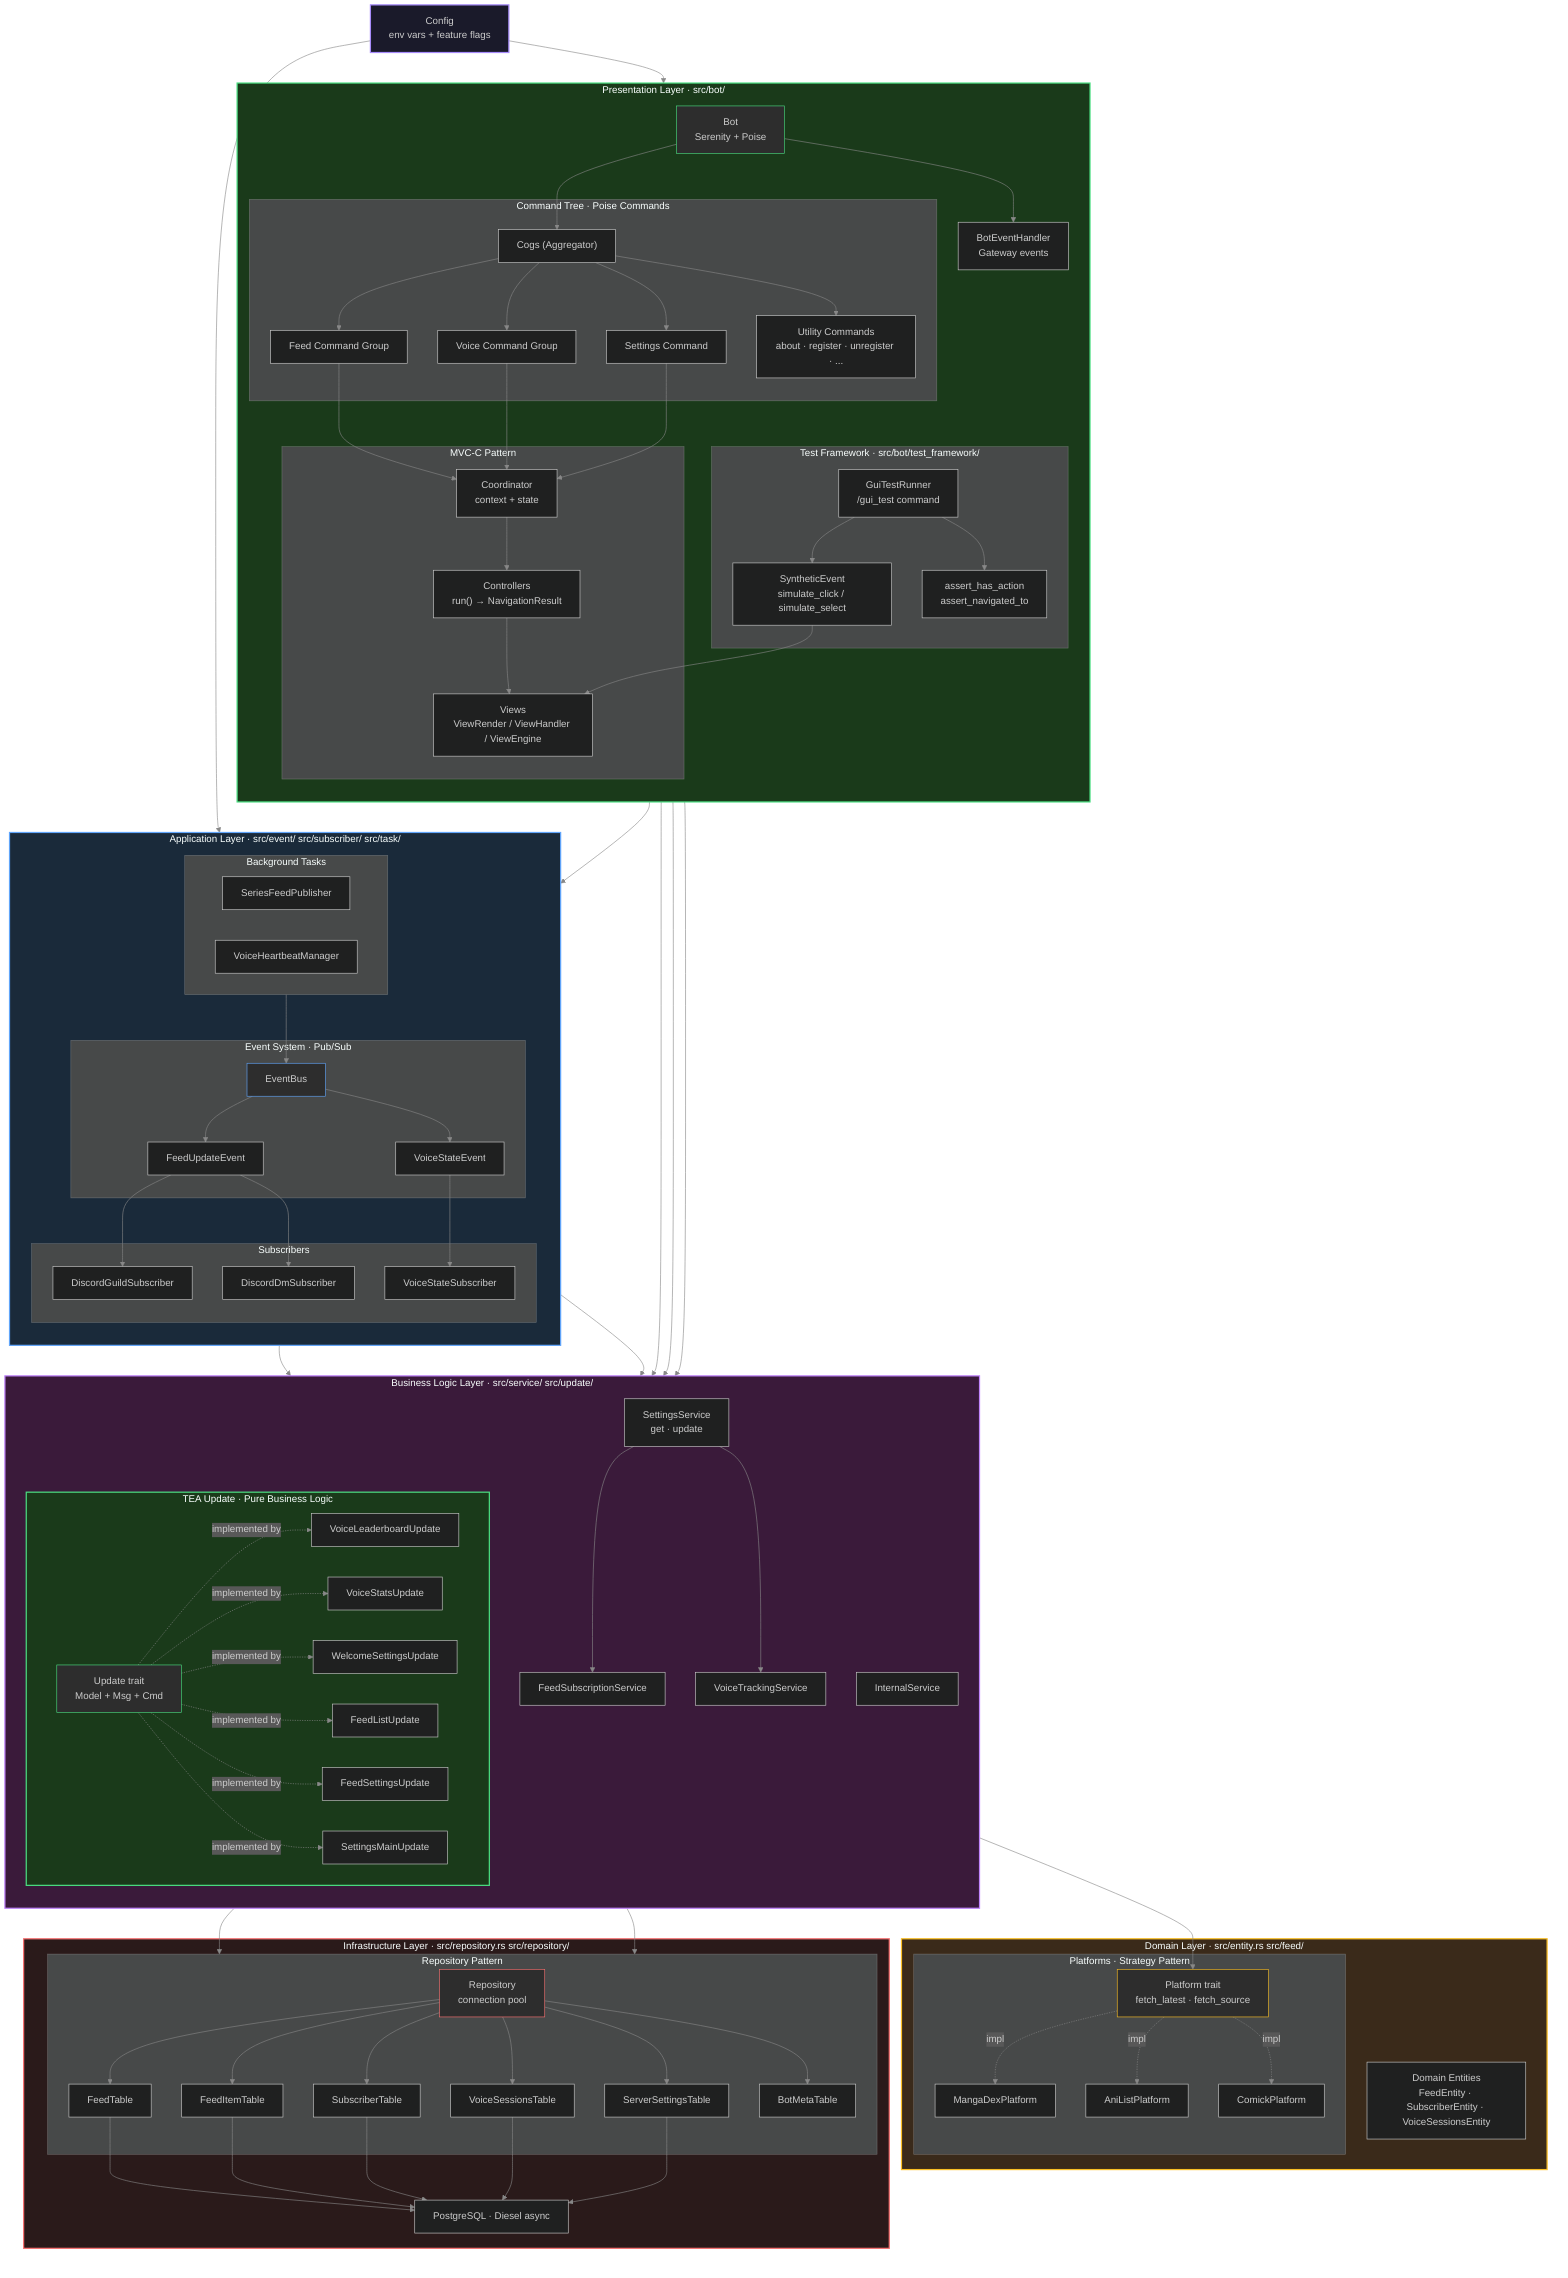
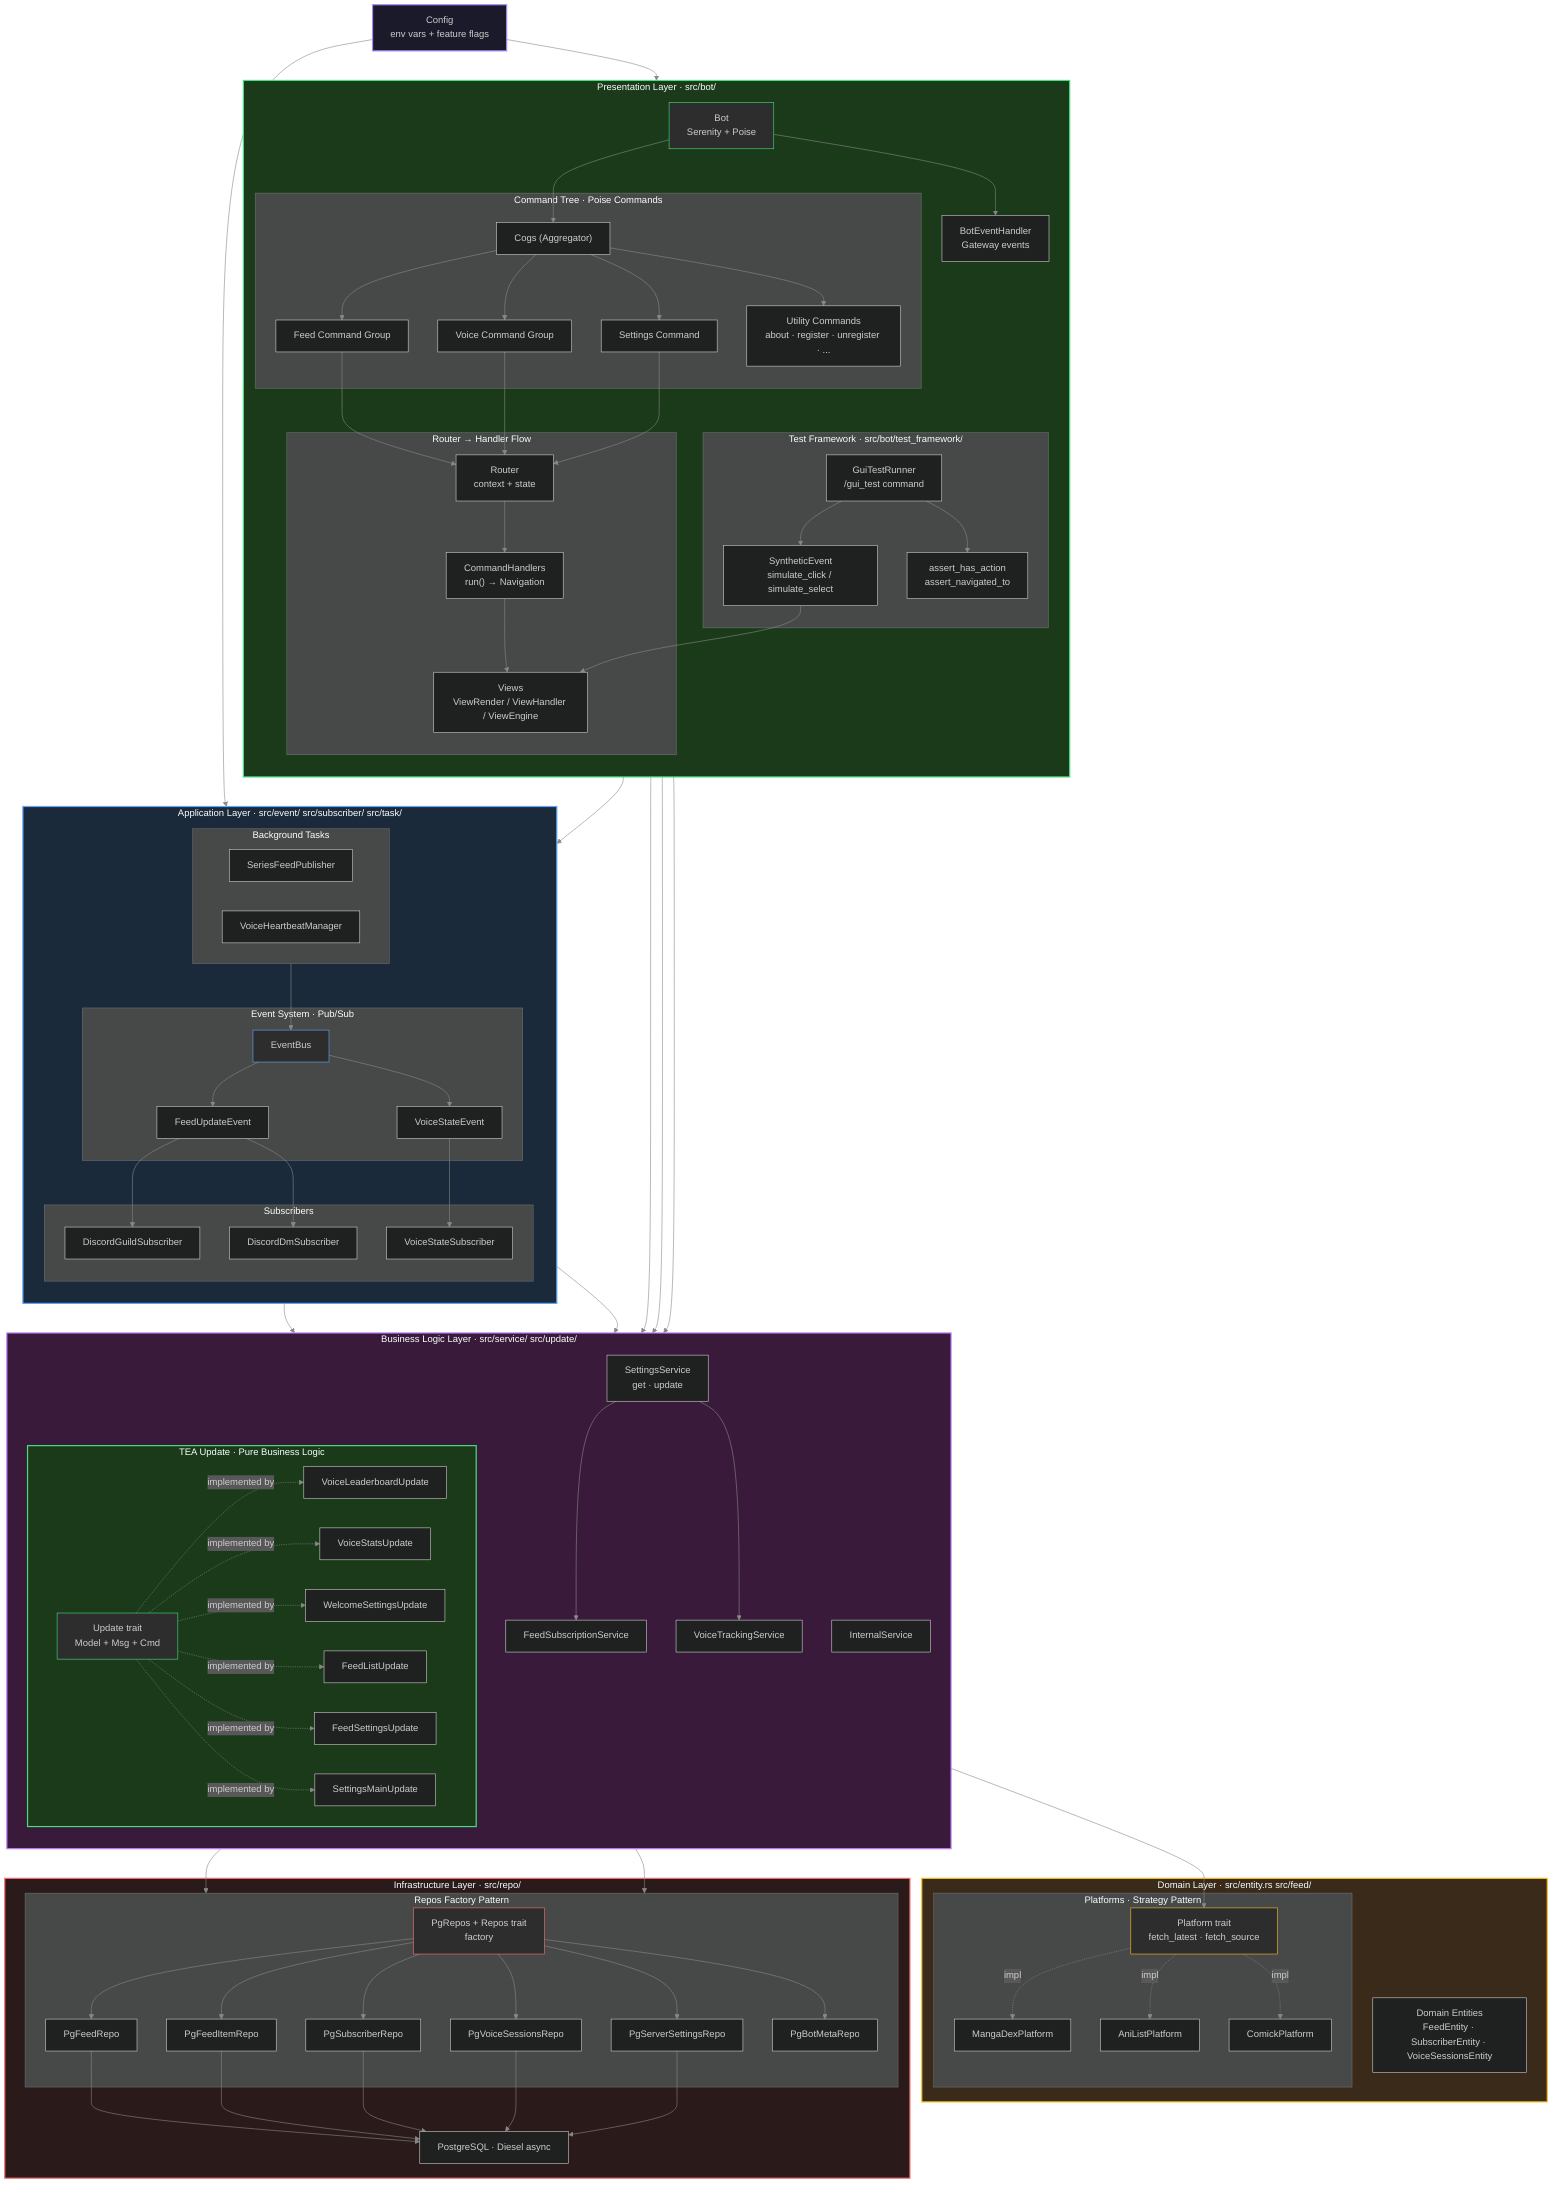
%%{init: {
  'theme': 'dark',
  'themeVariables': {
    'primaryColor': '#1e1e1e',
    'primaryTextColor': '#ffffff',
    'primaryBorderColor': '#ffffff',
    'lineColor': '#888888',
    'secondaryColor': '#2d2d2d',
    'tertiaryColor': '#1e1e1e'
  }
}}%%
graph TB
    subgraph Presentation["Presentation Layer  ·  src/bot/"]
        direction TB
        Bot["Bot<br/>Serenity + Poise"]
        EventHandler["BotEventHandler<br/>Gateway events"]

        subgraph Commands["Command Tree  ·  Poise Commands"]
            Cogs["Cogs (Aggregator)"]
            FeedCmd["Feed Command Group"]
            VoiceCmd["Voice Command Group"]
            SettingsCmd["Settings Command"]
            UtilityCmds["Utility Commands<br/>about · register · unregister · ..."]
            Cogs --> FeedCmd & VoiceCmd & SettingsCmd & UtilityCmds
        end

-         subgraph MVC["MVC-C Pattern"]
-             Coordinator["Coordinator<br/>context + state"]
-             Controllers["Controllers<br/>run() → NavigationResult"]
+         subgraph Nav["Router → Handler Flow"]
+             Router["Router<br/>context + state"]
+             Handlers["CommandHandlers<br/>run() → Navigation"]
            Views["Views<br/>ViewRender / ViewHandler / ViewEngine"]
-             Coordinator --> Controllers --> Views
+             Router --> Handlers --> Views
        end

        subgraph TestFW["Test Framework  ·  src/bot/test_framework/"]
            TestRunner["GuiTestRunner<br/>/gui_test command"]
            SimEvents["SyntheticEvent<br/>simulate_click / simulate_select"]
            TestAsserts["assert_has_action<br/>assert_navigated_to"]
            TestRunner --> SimEvents --> Views
            TestRunner --> TestAsserts
        end

        Bot --> EventHandler & Cogs
-         FeedCmd & VoiceCmd & SettingsCmd --> Coordinator
+         FeedCmd & VoiceCmd & SettingsCmd --> Router
    end

    subgraph Application["Application Layer  ·  src/event/  src/subscriber/  src/task/"]
        direction TB

        subgraph EventSystem["Event System  ·  Pub/Sub"]
            EventBus["EventBus"]
            FeedEvent["FeedUpdateEvent"]
            VoiceEvent["VoiceStateEvent"]
            EventBus --> FeedEvent & VoiceEvent
        end

        subgraph Subscribers["Subscribers"]
            GuildSub["DiscordGuildSubscriber"]
            DmSub["DiscordDmSubscriber"]
            VoiceSub["VoiceStateSubscriber"]
        end

        subgraph Tasks["Background Tasks"]
            FeedPublisher["SeriesFeedPublisher"]
            VoiceHeartbeat["VoiceHeartbeatManager"]
        end

        FeedEvent --> GuildSub & DmSub
        VoiceEvent --> VoiceSub
        Tasks --> EventBus
    end

    subgraph BusinessLogic["Business Logic Layer  ·  src/service/  src/update/"]
        direction TB

        subgraph UpdateSystem["TEA Update  ·  Pure Business Logic"]
            UpdateTrait["Update trait<br/>Model + Msg + Cmd"]
            VoiceLBUpd["VoiceLeaderboardUpdate"]
            VoiceStatsUpd["VoiceStatsUpdate"]
            WelcomeUpd["WelcomeSettingsUpdate"]
            FeedListUpd["FeedListUpdate"]
            FeedSetUpd["FeedSettingsUpdate"]
            MainSetUpd["SettingsMainUpdate"]
            UpdateTrait -.->|implemented by| VoiceLBUpd & VoiceStatsUpd & WelcomeUpd & FeedListUpd & FeedSetUpd & MainSetUpd
        end

        SettingsService["SettingsService<br/>get · update"]
        FeedService["FeedSubscriptionService"]
        VoiceService["VoiceTrackingService"]
        InternalService["InternalService"]
        SettingsService --> FeedService & VoiceService
    end

    subgraph Domain["Domain Layer  ·  src/entity.rs  src/feed/"]
        subgraph Platforms["Platforms  ·  Strategy Pattern"]
            PlatformTrait["Platform trait<br/>fetch_latest · fetch_source"]
            MangaDex["MangaDexPlatform"]
            AniList["AniListPlatform"]
            Comick["ComickPlatform"]
            PlatformTrait -.->|impl| MangaDex & AniList & Comick
        end
        Entities["Domain Entities<br/>FeedEntity · SubscriberEntity · VoiceSessionsEntity"]
    end

-     subgraph Infrastructure["Infrastructure Layer  ·  src/repository.rs  src/repository/"]
-         subgraph Repository["Repository Pattern"]
-             Repo["Repository<br/>connection pool"]
-             FeedTable["FeedTable"]
-             FeedItemTable["FeedItemTable"]
-             SubscriberTable["SubscriberTable"]
-             VoiceTable["VoiceSessionsTable"]
-             SettingsTable["ServerSettingsTable"]
-             BotMetaTable["BotMetaTable"]
-             Repo --> FeedTable & FeedItemTable & SubscriberTable & VoiceTable & SettingsTable & BotMetaTable
+     subgraph Infrastructure["Infrastructure Layer  ·  src/repo/"]
+         subgraph Repository["Repos Factory Pattern"]
+             Repo["PgRepos + Repos trait<br/>factory"]
+             FeedRepo["PgFeedRepo"]
+             FeedItemRepo["PgFeedItemRepo"]
+             SubscriberRepo["PgSubscriberRepo"]
+             VoiceRepo["PgVoiceSessionsRepo"]
+             SettingsRepo["PgServerSettingsRepo"]
+             BotMetaRepo["PgBotMetaRepo"]
+             Repo --> FeedRepo & FeedItemRepo & SubscriberRepo & VoiceRepo & SettingsRepo & BotMetaRepo
        end
        PostgreSQL["PostgreSQL  ·  Diesel async"]
-         FeedTable & FeedItemTable & SubscriberTable & VoiceTable & SettingsTable --> PostgreSQL
+         FeedRepo & FeedItemRepo & SubscriberRepo & VoiceRepo & SettingsRepo --> PostgreSQL
    end

    Config["Config<br/>env vars + feature flags"]

    %% Cross-layer
-     Controllers --> BusinessLogic
+     Handlers --> BusinessLogic
    Subscribers --> BusinessLogic
    Tasks --> BusinessLogic
    Views --> UpdateSystem
    FeedService --> PlatformTrait
    FeedService & VoiceService --> Repository
    Bot --> BusinessLogic & EventBus
    Config --> Bot & Tasks

    style Presentation fill:#1a3a1a,stroke:#4ade80,stroke-width:2px
    style Application fill:#1a2a3a,stroke:#60a5fa,stroke-width:2px
    style BusinessLogic fill:#3a1a3a,stroke:#c084fc,stroke-width:2px
    style Domain fill:#3a2a1a,stroke:#fbbf24,stroke-width:2px
    style Infrastructure fill:#2a1a1a,stroke:#f87171,stroke-width:2px
    style Config fill:#1a1a2a,stroke:#a78bfa,stroke-width:2px
    style UpdateSystem fill:#1a3a1a,stroke:#4ade80,stroke-width:2px

    style Bot fill:#2d2d2d,stroke:#4ade80
    style EventBus fill:#2d2d2d,stroke:#60a5fa
    style PlatformTrait fill:#2d2d2d,stroke:#fbbf24
    style Repo fill:#2d2d2d,stroke:#f87171
    style UpdateTrait fill:#2d2d2d,stroke:#4ade80
